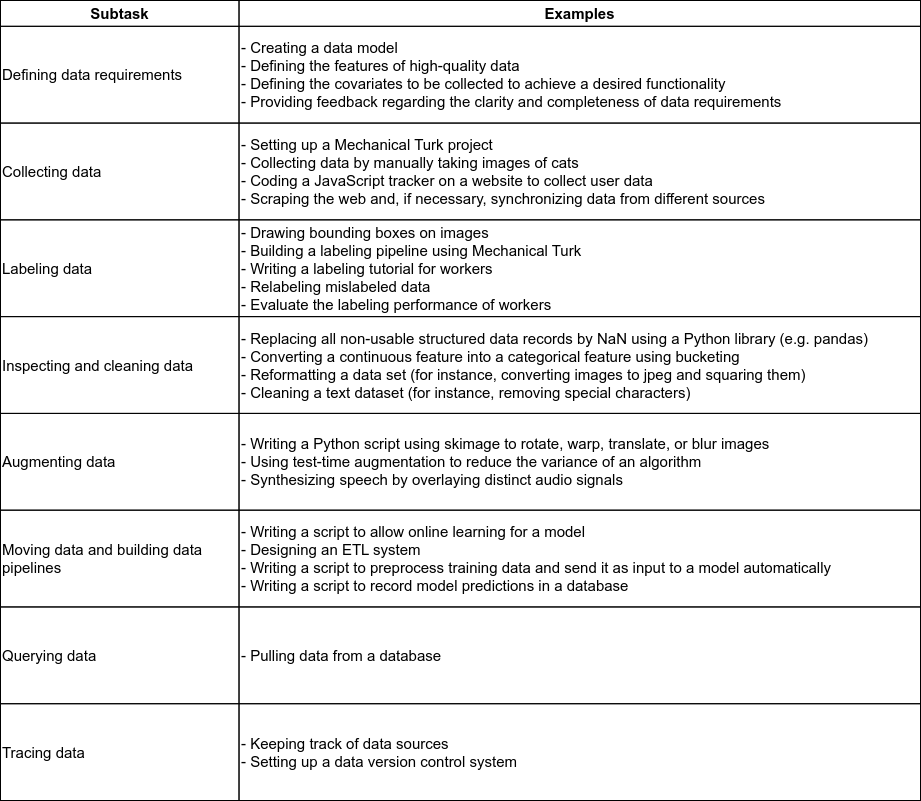
Above: diagrams/tasks_data_engineering.drawio.png in ryndovaira-org/data_science_lectures (draw.io), before the change. Source tidied: cells renumbered, new cells last; positions are measured from the earlier drawing's top-left corner, leaving out a move shared by most shapes.
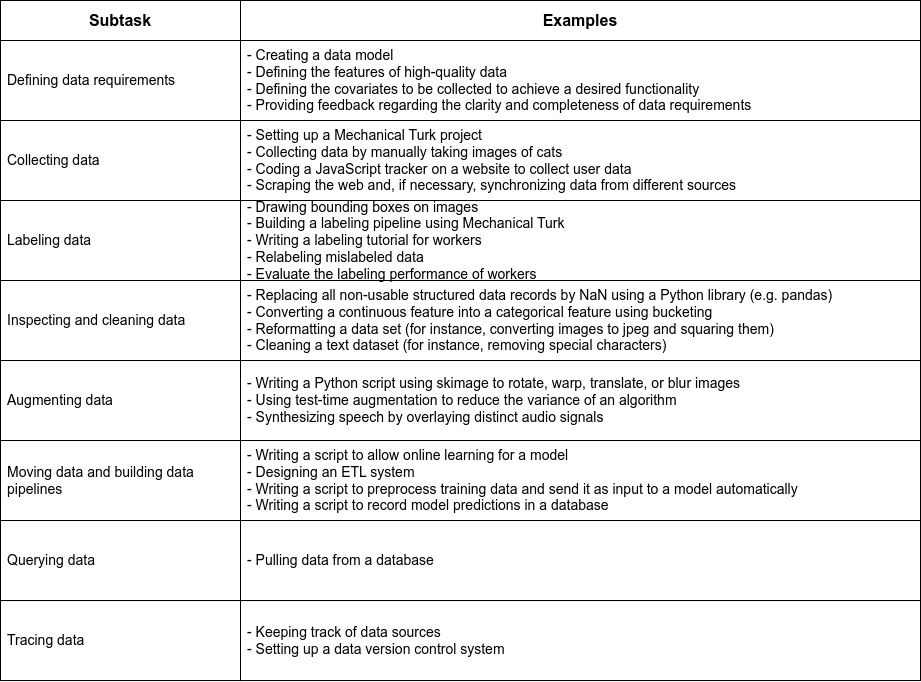
The same diagram one commit later.

The edit, as a diff of the source:
```diff
@@ -2,62 +2,59 @@
   <root>
     <mxCell id="0" />
     <mxCell id="1" parent="0" />
-    <mxCell id="2" style="group;fontSize=15;" parent="1" vertex="1">
-      <mxGeometry width="920" height="800" as="geometry" />
-    </mxCell>
-    <mxCell id="3" value="&lt;font style=&quot;font-size: 15px;&quot;&gt;Subtask&lt;/font&gt;" style="rounded=0;whiteSpace=wrap;html=1;fillColor=none;fontSize=15;fontStyle=1;" parent="2" vertex="1">
-      <mxGeometry width="238.5" height="25.8" as="geometry" />
+    <mxCell id="3" value="&lt;font style=&quot;font-size: 16px;&quot;&gt;Subtask&lt;/font&gt;" style="rounded=0;whiteSpace=wrap;html=1;fillColor=none;fontSize=16;fontStyle=1;" parent="1" vertex="1">
+      <mxGeometry width="240" height="40" as="geometry" />
     </mxCell>
-    <mxCell id="4" value="&lt;font style=&quot;font-size: 15px;&quot;&gt;Examples&lt;/font&gt;" style="rounded=0;whiteSpace=wrap;html=1;fillColor=none;fontSize=15;fontStyle=1;" parent="2" vertex="1">
-      <mxGeometry x="238.5" width="681.5" height="25.8" as="geometry" />
+    <mxCell id="4" value="&lt;font style=&quot;font-size: 16px;&quot;&gt;Examples&lt;/font&gt;" style="rounded=0;whiteSpace=wrap;html=1;fillColor=none;fontSize=16;fontStyle=1;" parent="1" vertex="1">
+      <mxGeometry x="240" width="680" height="40" as="geometry" />
     </mxCell>
-    <mxCell id="5" value="&lt;div style=&quot;font-size: 15px;&quot;&gt;Defining data requirements&lt;br style=&quot;font-size: 15px;&quot;&gt;&lt;/div&gt;" style="rounded=0;whiteSpace=wrap;html=1;align=left;fontSize=15;fillColor=none;" parent="2" vertex="1">
-      <mxGeometry y="25.8" width="238.5" height="96.8" as="geometry" />
+    <mxCell id="5" value="&lt;div style=&quot;font-size: 14px;&quot;&gt;Defining data requirements&lt;br style=&quot;font-size: 14px;&quot;&gt;&lt;/div&gt;" style="rounded=0;whiteSpace=wrap;html=1;align=left;fontSize=14;fillColor=none;spacingLeft=5;" parent="1" vertex="1">
+      <mxGeometry y="40" width="240" height="80" as="geometry" />
     </mxCell>
-    <mxCell id="6" value="- Creating a data model&lt;br style=&quot;font-size: 15px;&quot;&gt;- Defining the features of high-quality data&lt;br style=&quot;font-size: 15px;&quot;&gt;- Defining the covariates to be collected to achieve a desired functionality&lt;br style=&quot;font-size: 15px;&quot;&gt;- Providing feedback regarding the clarity and completeness of data requirements&lt;br style=&quot;font-size: 15px;&quot;&gt;" style="rounded=0;whiteSpace=wrap;html=1;align=left;fontSize=15;fillColor=none;" parent="2" vertex="1">
-      <mxGeometry x="238.5" y="25.8" width="681.5" height="96.8" as="geometry" />
+    <mxCell id="6" value="- Creating a data model&lt;br style=&quot;font-size: 14px;&quot;&gt;- Defining the features of high-quality data&lt;br style=&quot;font-size: 14px;&quot;&gt;- Defining the covariates to be collected to achieve a desired functionality&lt;br style=&quot;font-size: 14px;&quot;&gt;- Providing feedback regarding the clarity and completeness of data requirements&lt;br style=&quot;font-size: 14px;&quot;&gt;" style="rounded=0;whiteSpace=wrap;html=1;align=left;fontSize=14;fillColor=none;spacingLeft=5;" parent="1" vertex="1">
+      <mxGeometry x="240" y="40" width="680" height="80" as="geometry" />
     </mxCell>
-    <mxCell id="7" value="&lt;div style=&quot;font-size: 15px;&quot;&gt;Collecting data&lt;br style=&quot;font-size: 15px;&quot;&gt;&lt;/div&gt;" style="rounded=0;html=1;fontSize=15;align=left;labelBackgroundColor=none;fillColor=none;whiteSpace=wrap;" parent="2" vertex="1">
-      <mxGeometry y="122.6" width="238.5" height="96.8" as="geometry" />
+    <mxCell id="7" value="&lt;div style=&quot;font-size: 14px;&quot;&gt;Collecting data&lt;br style=&quot;font-size: 14px;&quot;&gt;&lt;/div&gt;" style="rounded=0;html=1;fontSize=14;align=left;labelBackgroundColor=none;fillColor=none;whiteSpace=wrap;spacingLeft=5;" parent="1" vertex="1">
+      <mxGeometry y="120" width="240" height="80" as="geometry" />
     </mxCell>
-    <mxCell id="8" value="&lt;div style=&quot;font-size: 15px;&quot;&gt;- Setting up a Mechanical Turk project&lt;/div&gt;&lt;div style=&quot;font-size: 15px;&quot;&gt;- Collecting data by manually taking images of cats&lt;/div&gt;&lt;div style=&quot;font-size: 15px;&quot;&gt;- Coding a JavaScript tracker on a website to collect user data&lt;/div&gt;&lt;div style=&quot;font-size: 15px;&quot;&gt;- Scraping the web and, if necessary, synchronizing data from different sources&lt;/div&gt;" style="rounded=0;html=1;fontSize=15;align=left;labelBackgroundColor=none;fillColor=none;whiteSpace=wrap;" parent="2" vertex="1">
-      <mxGeometry x="238.5" y="122.6" width="681.5" height="96.8" as="geometry" />
+    <mxCell id="8" value="&lt;div style=&quot;font-size: 14px;&quot;&gt;- Setting up a Mechanical Turk project&lt;/div&gt;&lt;div style=&quot;font-size: 14px;&quot;&gt;- Collecting data by manually taking images of cats&lt;/div&gt;&lt;div style=&quot;font-size: 14px;&quot;&gt;- Coding a JavaScript tracker on a website to collect user data&lt;/div&gt;&lt;div style=&quot;font-size: 14px;&quot;&gt;- Scraping the web and, if necessary, synchronizing data from different sources&lt;/div&gt;" style="rounded=0;html=1;fontSize=14;align=left;labelBackgroundColor=none;fillColor=none;whiteSpace=wrap;spacingLeft=5;" parent="1" vertex="1">
+      <mxGeometry x="240" y="120" width="680" height="80" as="geometry" />
     </mxCell>
-    <mxCell id="9" value="Labeling data" style="rounded=0;html=1;fontSize=15;align=left;labelBackgroundColor=none;fillColor=none;whiteSpace=wrap;" parent="2" vertex="1">
-      <mxGeometry y="219.4" width="238.5" height="96.8" as="geometry" />
+    <mxCell id="9" value="Labeling data" style="rounded=0;html=1;fontSize=14;align=left;labelBackgroundColor=none;fillColor=none;whiteSpace=wrap;spacingLeft=5;" parent="1" vertex="1">
+      <mxGeometry y="200" width="240" height="80" as="geometry" />
     </mxCell>
-    <mxCell id="10" value="&lt;div style=&quot;font-size: 15px;&quot;&gt;- Drawing bounding boxes on images&lt;/div&gt;&lt;div style=&quot;font-size: 15px;&quot;&gt;- Building a labeling pipeline using Mechanical Turk&lt;/div&gt;&lt;div style=&quot;font-size: 15px;&quot;&gt;- Writing a labeling tutorial for workers&lt;/div&gt;&lt;div style=&quot;font-size: 15px;&quot;&gt;- Relabeling mislabeled data&lt;/div&gt;&lt;div style=&quot;font-size: 15px;&quot;&gt;- Evaluate the labeling performance of workers&lt;/div&gt;" style="rounded=0;html=1;fontSize=15;align=left;labelBackgroundColor=none;fillColor=none;whiteSpace=wrap;" parent="2" vertex="1">
-      <mxGeometry x="238.5" y="219.4" width="681.5" height="96.8" as="geometry" />
+    <mxCell id="10" value="&lt;div style=&quot;font-size: 14px;&quot;&gt;- Drawing bounding boxes on images&lt;/div&gt;&lt;div style=&quot;font-size: 14px;&quot;&gt;- Building a labeling pipeline using Mechanical Turk&lt;/div&gt;&lt;div style=&quot;font-size: 14px;&quot;&gt;- Writing a labeling tutorial for workers&lt;/div&gt;&lt;div style=&quot;font-size: 14px;&quot;&gt;- Relabeling mislabeled data&lt;/div&gt;&lt;div style=&quot;font-size: 14px;&quot;&gt;- Evaluate the labeling performance of workers&lt;/div&gt;" style="rounded=0;html=1;fontSize=14;align=left;labelBackgroundColor=none;fillColor=none;whiteSpace=wrap;spacingLeft=5;" parent="1" vertex="1">
+      <mxGeometry x="240" y="200" width="680" height="80" as="geometry" />
     </mxCell>
-    <mxCell id="11" value="Inspecting and cleaning data" style="rounded=0;html=1;fontSize=15;align=left;labelBackgroundColor=none;fillColor=none;whiteSpace=wrap;" parent="2" vertex="1">
-      <mxGeometry y="316.1" width="238.5" height="96.8" as="geometry" />
+    <mxCell id="11" value="Inspecting and cleaning data" style="rounded=0;html=1;fontSize=14;align=left;labelBackgroundColor=none;fillColor=none;whiteSpace=wrap;spacingLeft=5;" parent="1" vertex="1">
+      <mxGeometry y="280" width="240" height="80" as="geometry" />
     </mxCell>
-    <mxCell id="12" value="&lt;div style=&quot;font-size: 15px;&quot;&gt;- Replacing all non-usable structured data records by NaN using a Python&amp;nbsp;&lt;span style=&quot;background-color: initial; font-size: 15px;&quot;&gt;library (e.g. pandas)&lt;/span&gt;&lt;/div&gt;&lt;div style=&quot;font-size: 15px;&quot;&gt;- Converting a continuous feature into a categorical feature using bucketing&lt;/div&gt;&lt;div style=&quot;font-size: 15px;&quot;&gt;- Reformatting a data set (for instance, converting images to jpeg and squaring them)&lt;/div&gt;&lt;div style=&quot;font-size: 15px;&quot;&gt;- Cleaning a text dataset (for instance, removing special characters)&lt;/div&gt;" style="rounded=0;html=1;fontSize=15;align=left;labelBackgroundColor=none;fillColor=none;whiteSpace=wrap;" parent="2" vertex="1">
-      <mxGeometry x="238.5" y="316.1" width="681.5" height="96.8" as="geometry" />
+    <mxCell id="12" value="&lt;div style=&quot;font-size: 14px;&quot;&gt;- Replacing all non-usable structured data records by NaN using a Python&amp;nbsp;&lt;span style=&quot;background-color: initial; font-size: 14px;&quot;&gt;library (e.g. pandas)&lt;/span&gt;&lt;/div&gt;&lt;div style=&quot;font-size: 14px;&quot;&gt;- Converting a continuous feature into a categorical feature using bucketing&lt;/div&gt;&lt;div style=&quot;font-size: 14px;&quot;&gt;- Reformatting a data set (for instance, converting images to jpeg and squaring them)&lt;/div&gt;&lt;div style=&quot;font-size: 14px;&quot;&gt;- Cleaning a text dataset (for instance, removing special characters)&lt;/div&gt;" style="rounded=0;html=1;fontSize=14;align=left;labelBackgroundColor=none;fillColor=none;whiteSpace=wrap;spacingLeft=5;" parent="1" vertex="1">
+      <mxGeometry x="240" y="280" width="680" height="80" as="geometry" />
     </mxCell>
-    <mxCell id="13" value="Augmenting data" style="rounded=0;html=1;fontSize=15;align=left;labelBackgroundColor=none;fillColor=none;whiteSpace=wrap;" parent="2" vertex="1">
-      <mxGeometry y="412.9" width="238.5" height="96.8" as="geometry" />
+    <mxCell id="13" value="Augmenting data" style="rounded=0;html=1;fontSize=14;align=left;labelBackgroundColor=none;fillColor=none;whiteSpace=wrap;spacingLeft=5;" parent="1" vertex="1">
+      <mxGeometry y="360" width="240" height="80" as="geometry" />
     </mxCell>
-    <mxCell id="14" value="&lt;div style=&quot;font-size: 15px;&quot;&gt;- Writing a Python script using skimage to rotate, warp, translate, or blur images&lt;/div&gt;&lt;div style=&quot;font-size: 15px;&quot;&gt;- Using test-time augmentation to reduce the variance of an algorithm&lt;/div&gt;&lt;div style=&quot;font-size: 15px;&quot;&gt;- Synthesizing speech by overlaying distinct audio signals&lt;/div&gt;" style="rounded=0;html=1;fontSize=15;align=left;labelBackgroundColor=none;fillColor=none;whiteSpace=wrap;" parent="2" vertex="1">
-      <mxGeometry x="238.5" y="412.9" width="681.5" height="96.8" as="geometry" />
+    <mxCell id="14" value="&lt;div style=&quot;font-size: 14px;&quot;&gt;- Writing a Python script using skimage to rotate, warp, translate, or blur images&lt;/div&gt;&lt;div style=&quot;font-size: 14px;&quot;&gt;- Using test-time augmentation to reduce the variance of an algorithm&lt;/div&gt;&lt;div style=&quot;font-size: 14px;&quot;&gt;- Synthesizing speech by overlaying distinct audio signals&lt;/div&gt;" style="rounded=0;html=1;fontSize=14;align=left;labelBackgroundColor=none;fillColor=none;whiteSpace=wrap;spacingLeft=5;" parent="1" vertex="1">
+      <mxGeometry x="240" y="360" width="680" height="80" as="geometry" />
     </mxCell>
-    <mxCell id="15" value="&lt;div style=&quot;font-size: 15px;&quot;&gt;Moving data and building data&lt;/div&gt;&lt;div style=&quot;font-size: 15px;&quot;&gt;pipelines&lt;/div&gt;" style="rounded=0;html=1;fontSize=15;align=left;labelBackgroundColor=none;fillColor=none;whiteSpace=wrap;" parent="2" vertex="1">
-      <mxGeometry y="509.7" width="238.5" height="96.8" as="geometry" />
+    <mxCell id="15" value="&lt;div style=&quot;font-size: 14px;&quot;&gt;Moving data and building data&lt;/div&gt;&lt;div style=&quot;font-size: 14px;&quot;&gt;pipelines&lt;/div&gt;" style="rounded=0;html=1;fontSize=14;align=left;labelBackgroundColor=none;fillColor=none;whiteSpace=wrap;spacingLeft=5;" parent="1" vertex="1">
+      <mxGeometry y="440" width="240" height="80" as="geometry" />
     </mxCell>
-    <mxCell id="16" value="&lt;div style=&quot;font-size: 15px;&quot;&gt;- Writing a script to allow online learning for a model&lt;/div&gt;&lt;div style=&quot;font-size: 15px;&quot;&gt;- Designing an ETL system&lt;/div&gt;&lt;div style=&quot;font-size: 15px;&quot;&gt;- Writing a script to preprocess training data and send it as input to a model automatically&lt;/div&gt;&lt;div style=&quot;font-size: 15px;&quot;&gt;- Writing a script to record model predictions in a database&lt;/div&gt;" style="rounded=0;html=1;fontSize=15;align=left;labelBackgroundColor=none;fillColor=none;whiteSpace=wrap;" parent="2" vertex="1">
-      <mxGeometry x="238.5" y="509.7" width="681.5" height="96.8" as="geometry" />
+    <mxCell id="16" value="&lt;div style=&quot;font-size: 14px;&quot;&gt;- Writing a script to allow online learning for a model&lt;/div&gt;&lt;div style=&quot;font-size: 14px;&quot;&gt;- Designing an ETL system&lt;/div&gt;&lt;div style=&quot;font-size: 14px;&quot;&gt;- Writing a script to preprocess training data and send it as input to a model automatically&lt;/div&gt;&lt;div style=&quot;font-size: 14px;&quot;&gt;- Writing a script to record model predictions in a database&lt;/div&gt;" style="rounded=0;html=1;fontSize=14;align=left;labelBackgroundColor=none;fillColor=none;whiteSpace=wrap;spacingLeft=5;" parent="1" vertex="1">
+      <mxGeometry x="240" y="440" width="680" height="80" as="geometry" />
     </mxCell>
-    <mxCell id="17" value="Querying data" style="rounded=0;html=1;fontSize=15;align=left;labelBackgroundColor=none;fillColor=none;whiteSpace=wrap;" parent="2" vertex="1">
-      <mxGeometry y="606.5" width="238.5" height="96.8" as="geometry" />
+    <mxCell id="17" value="Querying data" style="rounded=0;html=1;fontSize=14;align=left;labelBackgroundColor=none;fillColor=none;whiteSpace=wrap;spacingLeft=5;" parent="1" vertex="1">
+      <mxGeometry y="520" width="240" height="80" as="geometry" />
     </mxCell>
-    <mxCell id="18" value="- Pulling data from a database" style="rounded=0;html=1;fontSize=15;align=left;labelBackgroundColor=none;fillColor=none;whiteSpace=wrap;" parent="2" vertex="1">
-      <mxGeometry x="238.5" y="606.5" width="681.5" height="96.8" as="geometry" />
+    <mxCell id="18" value="- Pulling data from a database" style="rounded=0;html=1;fontSize=14;align=left;labelBackgroundColor=none;fillColor=none;whiteSpace=wrap;spacingLeft=5;" parent="1" vertex="1">
+      <mxGeometry x="240" y="520" width="680" height="80" as="geometry" />
     </mxCell>
-    <mxCell id="19" value="Tracing data" style="rounded=0;html=1;fontSize=15;align=left;labelBackgroundColor=none;fillColor=none;whiteSpace=wrap;" parent="2" vertex="1">
-      <mxGeometry y="703.2" width="238.5" height="96.8" as="geometry" />
+    <mxCell id="19" value="Tracing data" style="rounded=0;html=1;fontSize=14;align=left;labelBackgroundColor=none;fillColor=none;whiteSpace=wrap;spacingLeft=5;" parent="1" vertex="1">
+      <mxGeometry y="600" width="240" height="80" as="geometry" />
     </mxCell>
-    <mxCell id="20" value="&lt;div style=&quot;font-size: 15px;&quot;&gt;- Keeping track of data sources&lt;/div&gt;&lt;div style=&quot;font-size: 15px;&quot;&gt;- Setting up a data version control system&lt;/div&gt;" style="rounded=0;html=1;fontSize=15;align=left;labelBackgroundColor=none;fillColor=none;whiteSpace=wrap;" parent="2" vertex="1">
-      <mxGeometry x="238.5" y="703.2" width="681.5" height="96.8" as="geometry" />
+    <mxCell id="20" value="&lt;div style=&quot;font-size: 14px;&quot;&gt;- Keeping track of data sources&lt;/div&gt;&lt;div style=&quot;font-size: 14px;&quot;&gt;- Setting up a data version control system&lt;/div&gt;" style="rounded=0;html=1;fontSize=14;align=left;labelBackgroundColor=none;fillColor=none;whiteSpace=wrap;spacingLeft=5;" parent="1" vertex="1">
+      <mxGeometry x="240" y="600" width="680" height="80" as="geometry" />
     </mxCell>
   </root>
 </mxGraphModel>
```
